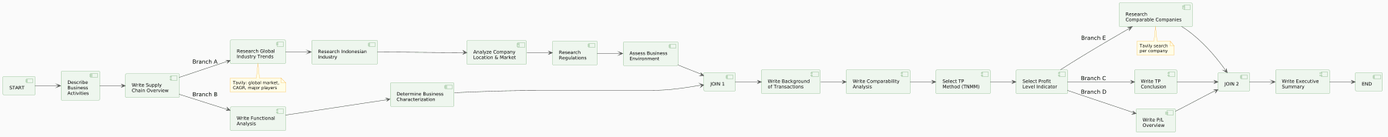
The PlantUML diagram docs/images/TP_AgentPipeline.png in msyafach/tp_doc_ai_agent_revised, before a commit.
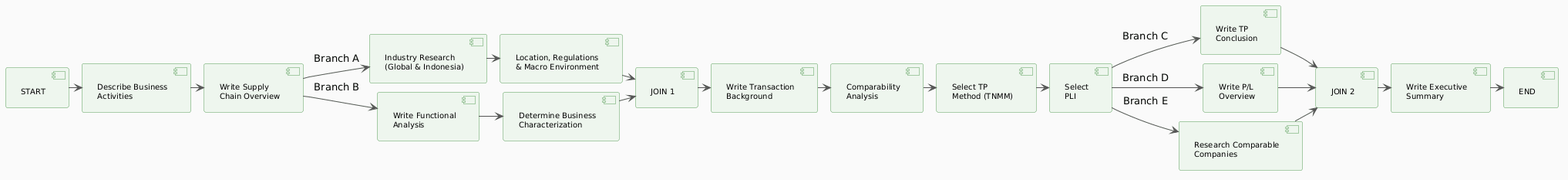
After the change.

Commit message:
refactor(diagrams): compact pipeline diagram by consolidating Branch A nodes

- Merge 5 sequential Branch A research steps into 2 compound nodes:
    'Industry Research (Global & Indonesia)' +
    'Location, Regulations & Macro Environment'
  This removes the 5-wide horizontal chain that was the main width driver
- Tighten skinparam: nodesep 12, ranksep 12, padding 5, fontSize 10
- Shorten 'Select Profit Level Indicator' to 'Select PLI'
- Result: 2034 x 233 px (down from 3895 x 348 px, -48% width)

The edit, as a diff of the source:
```diff
@@ -1,54 +1,40 @@
 @startuml
 left to right direction
-scale 1800 width
 
 skinparam backgroundColor #FAFAFA
 skinparam ArrowColor #555555
 skinparam defaultFontName Arial
 skinparam componentBackgroundColor #EEF6EE
 skinparam componentBorderColor #5A9E5A
-skinparam componentFontSize 11
-skinparam noteFontSize 10
-skinparam noteBackgroundColor #FFFDE7
-skinparam noteBorderColor #F9A825
+skinparam componentFontSize 10
+skinparam nodesep 12
+skinparam ranksep 12
+skinparam padding 5
 
-[START] --> [Describe\nBusiness\nActivities]
-[Describe\nBusiness\nActivities] --> [Write Supply\nChain Overview]
+[START] --> [Describe Business\nActivities]
+[Describe Business\nActivities] --> [Write Supply\nChain Overview]
 
-[Write Supply\nChain Overview] --> [Research Global\nIndustry Trends] : Branch A
+[Write Supply\nChain Overview] --> [Industry Research\n(Global & Indonesia)] : Branch A
 [Write Supply\nChain Overview] --> [Write Functional\nAnalysis] : Branch B
 
-note bottom of [Research Global\nIndustry Trends]
-  Tavily: global market,
-  CAGR, major players
-end note
-
-[Research Global\nIndustry Trends] --> [Research Indonesian\nIndustry]
-[Research Indonesian\nIndustry] --> [Analyze Company\nLocation & Market]
-[Analyze Company\nLocation & Market] --> [Research\nRegulations]
-[Research\nRegulations] --> [Assess Business\nEnvironment]
-[Assess Business\nEnvironment] --> [JOIN 1]
+[Industry Research\n(Global & Indonesia)] --> [Location, Regulations\n& Macro Environment]
+[Location, Regulations\n& Macro Environment] --> [JOIN 1]
 
 [Write Functional\nAnalysis] --> [Determine Business\nCharacterization]
 [Determine Business\nCharacterization] --> [JOIN 1]
 
-[JOIN 1] --> [Write Background\nof Transactions]
-[Write Background\nof Transactions] --> [Write Comparability\nAnalysis]
-[Write Comparability\nAnalysis] --> [Select TP\nMethod (TNMM)]
-[Select TP\nMethod (TNMM)] --> [Select Profit\nLevel Indicator]
+[JOIN 1] --> [Write Transaction\nBackground]
+[Write Transaction\nBackground] --> [Comparability\nAnalysis]
+[Comparability\nAnalysis] --> [Select TP\nMethod (TNMM)]
+[Select TP\nMethod (TNMM)] --> [Select\nPLI]
 
-[Select Profit\nLevel Indicator] --> [Write TP\nConclusion] : Branch C
-[Select Profit\nLevel Indicator] --> [Write P/L\nOverview] : Branch D
-[Select Profit\nLevel Indicator] --> [Research\nComparable Companies] : Branch E
-
-note bottom of [Research\nComparable Companies]
-  Tavily search
-  per company
-end note
+[Select\nPLI] --> [Write TP\nConclusion] : Branch C
+[Select\nPLI] --> [Write P/L\nOverview] : Branch D
+[Select\nPLI] --> [Research Comparable\nCompanies] : Branch E
 
 [Write TP\nConclusion] --> [JOIN 2]
 [Write P/L\nOverview] --> [JOIN 2]
-[Research\nComparable Companies] --> [JOIN 2]
+[Research Comparable\nCompanies] --> [JOIN 2]
 
 [JOIN 2] --> [Write Executive\nSummary]
 [Write Executive\nSummary] --> [END]
```
